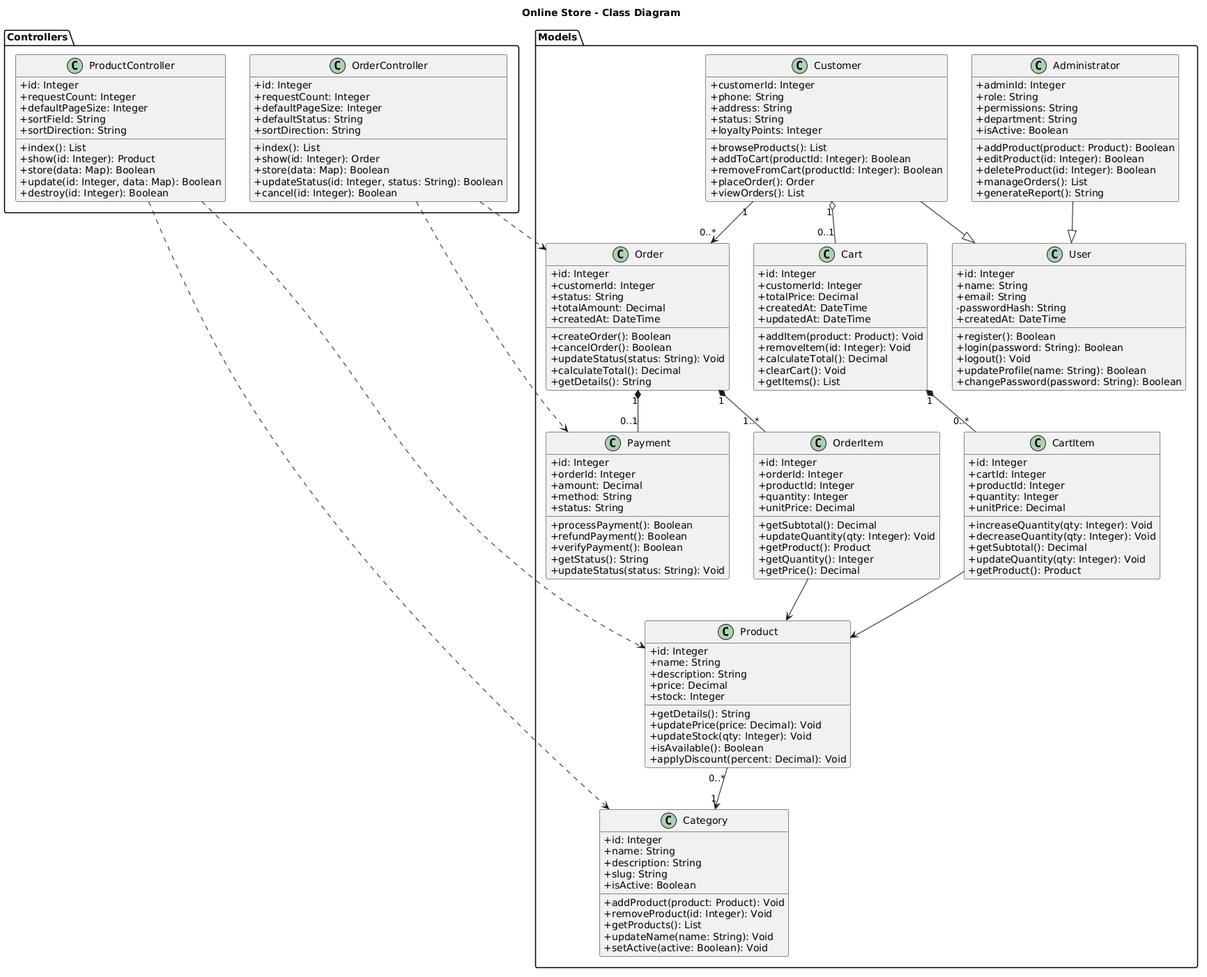
Earlier version of the PlantUML export docs/class-diagram.png (ulianadubrovska/PHP-CICD-Lab1).
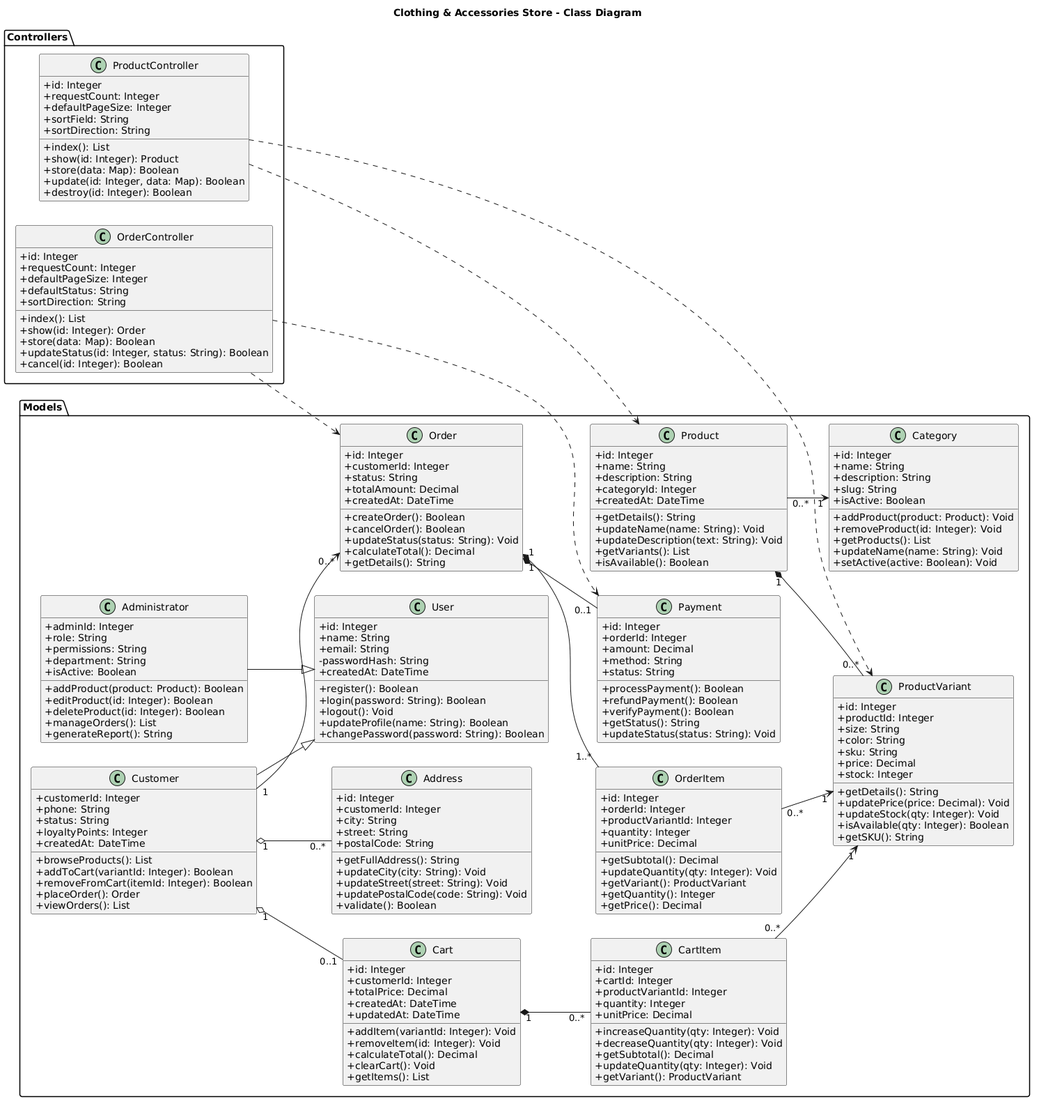
Above is the later version.

Commit message:
Adapt system design for clothing and accessories store

Change to the diagram source:
```diff
@@ -1,8 +1,9 @@
 @startuml
-title Online Store - Class Diagram
+title Clothing & Accessories Store - Class Diagram
+
 skinparam classAttributeIconSize 0
 skinparam shadowing false
-hide empty members
+left to right direction
 
 package "Models" {
 
@@ -22,12 +23,12 @@
 class Customer {
   +customerId: Integer
   +phone: String
-  +address: String
   +status: String
   +loyaltyPoints: Integer
+  +createdAt: DateTime
   +browseProducts(): List
-  +addToCart(productId: Integer): Boolean
-  +removeFromCart(productId: Integer): Boolean
+  +addToCart(variantId: Integer): Boolean
+  +removeFromCart(itemId: Integer): Boolean
   +placeOrder(): Order
   +viewOrders(): List
 }
@@ -49,13 +50,28 @@
   +id: Integer
   +name: String
   +description: String
+  +categoryId: Integer
+  +createdAt: DateTime
+  +getDetails(): String
+  +updateName(name: String): Void
+  +updateDescription(text: String): Void
+  +getVariants(): List
+  +isAvailable(): Boolean
+}
+
+class ProductVariant {
+  +id: Integer
+  +productId: Integer
+  +size: String
+  +color: String
+  +sku: String
   +price: Decimal
   +stock: Integer
   +getDetails(): String
   +updatePrice(price: Decimal): Void
   +updateStock(qty: Integer): Void
-  +isAvailable(): Boolean
-  +applyDiscount(percent: Decimal): Void
+  +isAvailable(qty: Integer): Boolean
+  +getSKU(): String
 }
 
 class Category {
@@ -77,7 +93,7 @@
   +totalPrice: Decimal
   +createdAt: DateTime
   +updatedAt: DateTime
-  +addItem(product: Product): Void
+  +addItem(variantId: Integer): Void
   +removeItem(id: Integer): Void
   +calculateTotal(): Decimal
   +clearCart(): Void
@@ -87,14 +103,14 @@
 class CartItem {
   +id: Integer
   +cartId: Integer
-  +productId: Integer
+  +productVariantId: Integer
   +quantity: Integer
   +unitPrice: Decimal
   +increaseQuantity(qty: Integer): Void
   +decreaseQuantity(qty: Integer): Void
   +getSubtotal(): Decimal
   +updateQuantity(qty: Integer): Void
-  +getProduct(): Product
+  +getVariant(): ProductVariant
 }
 
 class Order {
@@ -113,12 +129,12 @@
 class OrderItem {
   +id: Integer
   +orderId: Integer
-  +productId: Integer
+  +productVariantId: Integer
   +quantity: Integer
   +unitPrice: Decimal
   +getSubtotal(): Decimal
   +updateQuantity(qty: Integer): Void
-  +getProduct(): Product
+  +getVariant(): ProductVariant
   +getQuantity(): Integer
   +getPrice(): Decimal
 }
@@ -134,6 +150,19 @@
   +verifyPayment(): Boolean
   +getStatus(): String
   +updateStatus(status: String): Void
+}
+
+class Address {
+  +id: Integer
+  +customerId: Integer
+  +city: String
+  +street: String
+  +postalCode: String
+  +getFullAddress(): String
+  +updateCity(city: String): Void
+  +updateStreet(street: String): Void
+  +updatePostalCode(code: String): Void
+  +validate(): Boolean
 }
 
 }
@@ -174,17 +203,19 @@
 Product "0..*" --> "1" Category
 Customer "1" --> "0..*" Order
 
+CartItem "0..*" --> "1" ProductVariant
+OrderItem "0..*" --> "1" ProductVariant
+
 Customer "1" o-- "0..1" Cart
+Customer "1" o-- "0..*" Address
 
+Product "1" *-- "0..*" ProductVariant
 Cart "1" *-- "0..*" CartItem
 Order "1" *-- "1..*" OrderItem
 Order "1" *-- "0..1" Payment
 
-CartItem --> Product
-OrderItem --> Product
-
 ProductController ..> Product
-ProductController ..> Category
+ProductController ..> ProductVariant
 OrderController ..> Order
 OrderController ..> Payment
 @enduml
```
